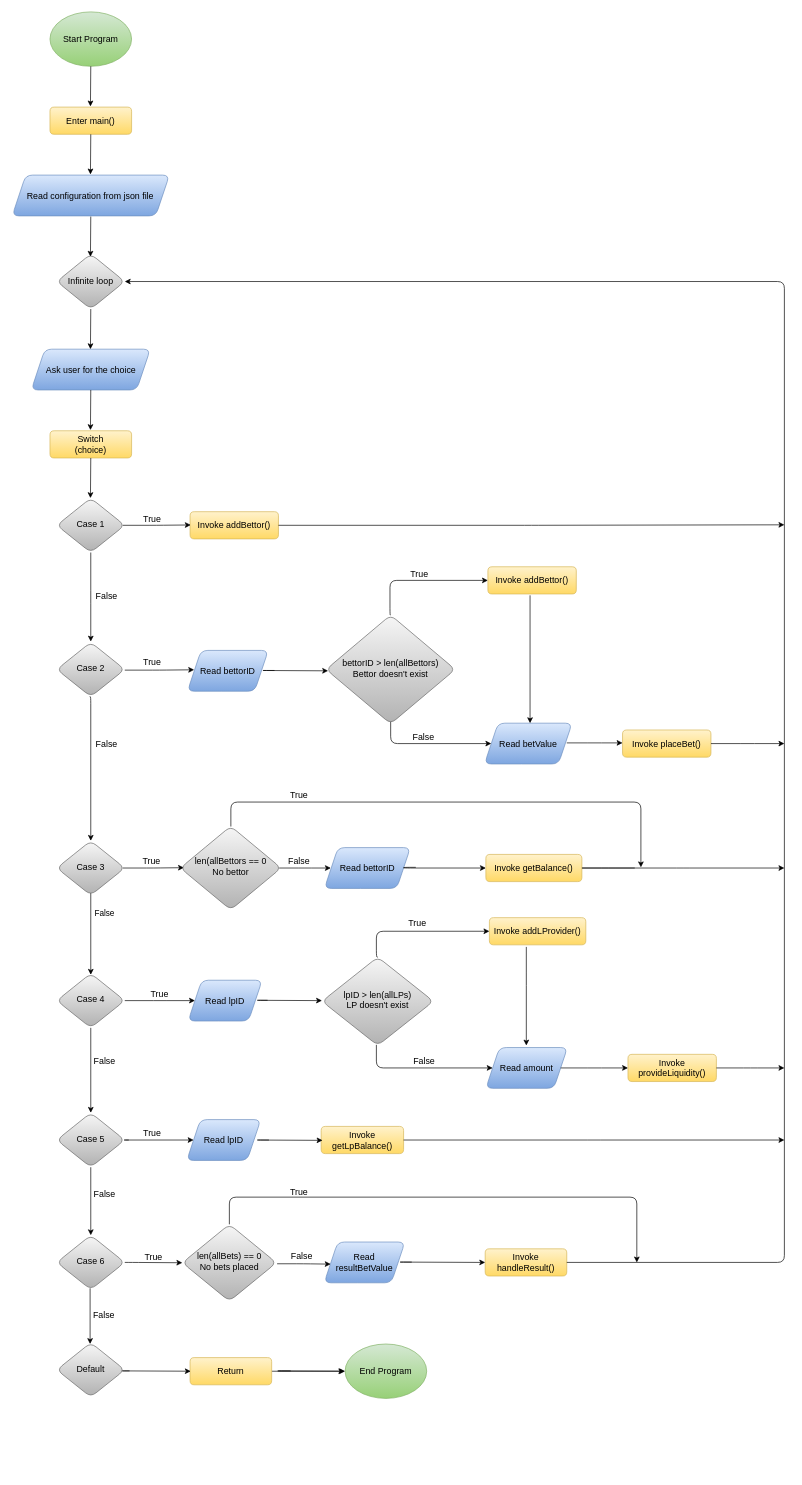
Earlier version of the draw.io diagram Untitled Diagram.drawio (Bhawana15/betting_contract). Source tidied: cells renumbered, new cells numbered last; positions are measured from the earlier drawing's top-left corner, leaving out a move shared by most shapes. Both pictures are drawn from the tidied source at 68%, with x=0, y=0 at pixel (12, 12).
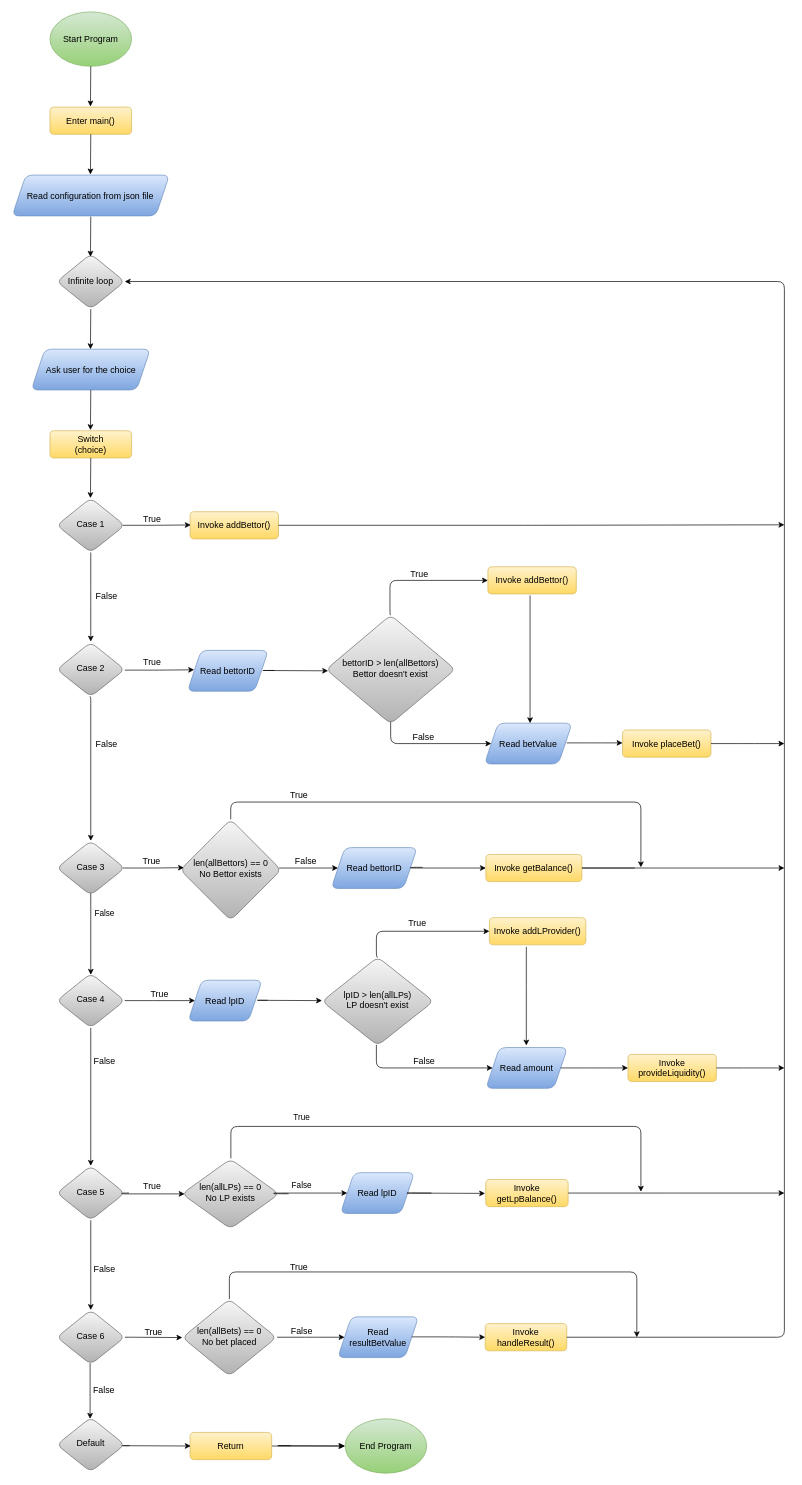
The same page after the edit.

Unchanged cells that the change refers to:
```xml
<mxCell id="82" value="&lt;font style=&quot;font-size: 13px&quot;&gt;Invoke getBalance()&lt;/font&gt;" style="whiteSpace=wrap;html=1;fontSize=12;glass=0;strokeWidth=1;shadow=0;fillColor=#fff2cc;strokeColor=#d6b656;gradientColor=#ffd966;rounded=1;" parent="1" vertex="1">
  <mxGeometry x="697" y="1239" width="141.2" height="40" as="geometry" />
</mxCell>
```

What changed in the source:
```diff
@@
     <mxCell id="9" value="&lt;font style=&quot;font-size: 13px&quot;&gt;Case 5&lt;/font&gt;" style="rhombus;whiteSpace=wrap;html=1;shadow=0;fontFamily=Helvetica;fontSize=12;align=center;strokeWidth=1;spacing=6;spacingTop=-4;fillColor=#f5f5f5;strokeColor=#666666;gradientColor=#b3b3b3;rounded=1;" parent="1" vertex="1">
-      <mxGeometry x="66" y="1619" width="100" height="80" as="geometry" />
+      <mxGeometry x="66" y="1697" width="100" height="80" as="geometry" />
     </mxCell>
     <mxCell id="10" value="&lt;font style=&quot;font-size: 13px&quot;&gt;Case 6&lt;/font&gt;" style="rhombus;whiteSpace=wrap;html=1;shadow=0;fontFamily=Helvetica;fontSize=12;align=center;strokeWidth=1;spacing=6;spacingTop=-4;fillColor=#f5f5f5;strokeColor=#666666;gradientColor=#b3b3b3;rounded=1;" parent="1" vertex="1">
-      <mxGeometry x="66" y="1799" width="100" height="80" as="geometry" />
+      <mxGeometry x="66" y="1909" width="100" height="80" as="geometry" />
     </mxCell>
@@
     <mxCell id="12" value="&lt;font style=&quot;font-size: 13px&quot;&gt;Invoke handleResult()&lt;/font&gt;" style="whiteSpace=wrap;html=1;fontSize=12;glass=0;strokeWidth=1;shadow=0;fillColor=#fff2cc;strokeColor=#d6b656;gradientColor=#ffd966;rounded=1;" parent="1" vertex="1">
-      <mxGeometry x="696" y="1819" width="120" height="40" as="geometry" />
+      <mxGeometry x="696" y="1929" width="120" height="40" as="geometry" />
     </mxCell>
     <mxCell id="13" value="&lt;font style=&quot;font-size: 13px&quot;&gt;Invoke getLpBalance()&lt;/font&gt;" style="whiteSpace=wrap;html=1;fontSize=12;glass=0;strokeWidth=1;shadow=0;fillColor=#fff2cc;strokeColor=#d6b656;gradientColor=#ffd966;rounded=1;" parent="1" vertex="1">
-      <mxGeometry x="454.8" y="1639" width="121.2" height="40" as="geometry" />
+      <mxGeometry x="696.8" y="1717" width="121.2" height="40" as="geometry" />
     </mxCell>
@@
     <mxCell id="17" value="&lt;font style=&quot;font-size: 13px&quot;&gt;End Program&lt;br&gt;&lt;/font&gt;" style="ellipse;whiteSpace=wrap;html=1;fillColor=#d5e8d4;strokeColor=#82b366;gradientColor=#97d077;rounded=1;" parent="1" vertex="1">
-      <mxGeometry x="490" y="1959" width="120" height="80" as="geometry" />
+      <mxGeometry x="490" y="2069" width="120" height="80" as="geometry" />
     </mxCell>
@@
     <mxCell id="24" value="&lt;font style=&quot;font-size: 13px&quot;&gt;Read bettorID&lt;/font&gt;" style="shape=parallelogram;perimeter=parallelogramPerimeter;whiteSpace=wrap;html=1;fixedSize=1;rounded=1;glass=0;strokeColor=#6c8ebf;gradientColor=#7ea6e0;fillColor=#dae8fc;" parent="1" vertex="1">
-      <mxGeometry x="459.6" y="1229" width="126.4" height="60" as="geometry" />
+      <mxGeometry x="469.6" y="1229" width="126.4" height="60" as="geometry" />
     </mxCell>
     <mxCell id="25" value="&lt;font style=&quot;font-size: 13px&quot;&gt;Read lpID&lt;/font&gt;" style="shape=parallelogram;perimeter=parallelogramPerimeter;whiteSpace=wrap;html=1;fixedSize=1;rounded=1;glass=0;strokeColor=#6c8ebf;gradientColor=#7ea6e0;fillColor=#dae8fc;" parent="1" vertex="1">
-      <mxGeometry x="257.2" y="1629" width="108.8" height="60" as="geometry" />
+      <mxGeometry x="483.2" y="1707" width="108.8" height="60" as="geometry" />
     </mxCell>
@@
     <mxCell id="28" value="&lt;font style=&quot;font-size: 13px&quot;&gt;Read resultBetValue&lt;/font&gt;" style="shape=parallelogram;perimeter=parallelogramPerimeter;whiteSpace=wrap;html=1;fixedSize=1;rounded=1;glass=0;strokeColor=#6c8ebf;gradientColor=#7ea6e0;fillColor=#dae8fc;" parent="1" vertex="1">
-      <mxGeometry x="459.2" y="1809" width="118.8" height="60" as="geometry" />
+      <mxGeometry x="479.2" y="1919" width="118.8" height="60" as="geometry" />
     </mxCell>
     <mxCell id="29" style="edgeStyle=elbowEdgeStyle;elbow=horizontal;endArrow=classic;html=1;exitX=1;exitY=0.5;exitDx=0;exitDy=0;" parent="1" edge="1" source="13">
       <mxGeometry relative="1" as="geometry">
-        <mxPoint x="1136" y="1659" as="targetPoint" />
+        <mxPoint x="1136" y="1737" as="targetPoint" />
       </mxGeometry>
     </mxCell>
@@
     <mxCell id="37" style="edgeStyle=elbowEdgeStyle;elbow=horizontal;endArrow=classic;html=1;entryX=0;entryY=0.5;entryDx=0;entryDy=0;" parent="1" edge="1" target="82">
       <mxGeometry relative="1" as="geometry">
-        <mxPoint x="594" y="1258" as="sourcePoint" />
+        <mxPoint x="604" y="1258" as="sourcePoint" />
         <Array as="points">
-          <mxPoint x="576" y="1259" />
+          <mxPoint x="586" y="1259" />
         </Array>
       </mxGeometry>
     </mxCell>
@@
     <mxCell id="40" style="edgeStyle=elbowEdgeStyle;elbow=horizontal;endArrow=classic;html=1;entryX=0;entryY=0.5;entryDx=0;entryDy=0;" parent="1" edge="1">
       <mxGeometry relative="1" as="geometry">
-        <mxPoint x="378" y="1659" as="sourcePoint" />
-        <mxPoint x="456.8" y="1659.5" as="targetPoint" />
+        <mxPoint x="617" y="1737" as="sourcePoint" />
+        <mxPoint x="695.8" y="1737.5" as="targetPoint" />
         <Array as="points">
-          <mxPoint x="356" y="1660" />
+          <mxPoint x="576" y="1738" />
         </Array>
       </mxGeometry>
     </mxCell>
     <mxCell id="41" style="edgeStyle=elbowEdgeStyle;elbow=horizontal;endArrow=classic;html=1;" parent="1" edge="1" target="12">
       <mxGeometry relative="1" as="geometry">
-        <mxPoint x="588" y="1838.5" as="sourcePoint" />
-        <Array as="points">
-          <mxPoint x="566" y="1839" />
-        </Array>
+        <mxPoint x="588" y="1948.5" as="sourcePoint" />
       </mxGeometry>
     </mxCell>
     <mxCell id="42" style="edgeStyle=elbowEdgeStyle;elbow=horizontal;endArrow=classic;html=1;entryX=0;entryY=0.5;entryDx=0;entryDy=0;" parent="1" edge="1" target="96">
       <mxGeometry relative="1" as="geometry">
-        <mxPoint x="166" y="1839" as="sourcePoint" />
+        <mxPoint x="166" y="1949" as="sourcePoint" />
         <Array as="points">
-          <mxPoint x="176" y="1839" />
+          <mxPoint x="176" y="1949" />
         </Array>
       </mxGeometry>
     </mxCell>
     <mxCell id="43" value="&lt;span style=&quot;font-size: 13px&quot;&gt;True&lt;/span&gt;" style="text;html=1;align=center;verticalAlign=middle;strokeColor=none;" parent="1" vertex="1">
-      <mxGeometry x="188" y="1821" width="40" height="20" as="geometry" />
+      <mxGeometry x="188" y="1931" width="40" height="20" as="geometry" />
     </mxCell>
-    <mxCell id="44" style="edgeStyle=elbowEdgeStyle;elbow=horizontal;endArrow=classic;html=1;entryX=0;entryY=0.5;entryDx=0;entryDy=0;" parent="1" edge="1" target="25">
+    <mxCell id="44" style="edgeStyle=elbowEdgeStyle;elbow=horizontal;endArrow=classic;html=1;entryX=0;entryY=0.5;entryDx=0;entryDy=0;" parent="1" edge="1">
       <mxGeometry relative="1" as="geometry">
-        <mxPoint x="172" y="1659" as="sourcePoint" />
+        <mxPoint x="172.2" y="1737" as="sourcePoint" />
+        <mxPoint x="254" y="1738.2" as="targetPoint" />
         <Array as="points">
-          <mxPoint x="161.6" y="1658" />
+          <mxPoint x="161.8" y="1736" />
         </Array>
       </mxGeometry>
     </mxCell>
     <mxCell id="45" value="&lt;font style=&quot;font-size: 13px&quot;&gt;True&lt;/font&gt;" style="text;html=1;align=center;verticalAlign=middle;strokeColor=none;" parent="1" vertex="1">
-      <mxGeometry x="186" y="1639" width="40" height="20" as="geometry" />
+      <mxGeometry x="186" y="1717" width="40" height="20" as="geometry" />
     </mxCell>
@@
     <mxCell id="62" value="&lt;font style=&quot;font-size: 13px&quot;&gt;False&lt;/font&gt;" style="text;html=1;align=center;verticalAlign=middle;strokeColor=none;" parent="1" vertex="1">
-      <mxGeometry x="111" y="1729" width="50" height="20" as="geometry" />
+      <mxGeometry x="111" y="1839" width="50" height="20" as="geometry" />
     </mxCell>
     <mxCell id="63" value="&lt;font style=&quot;font-size: 13px&quot;&gt;False&lt;/font&gt;" style="text;html=1;align=center;verticalAlign=middle;strokeColor=none;" parent="1" vertex="1">
-      <mxGeometry x="110" y="1906" width="50" height="20" as="geometry" />
+      <mxGeometry x="110" y="2016" width="50" height="20" as="geometry" />
     </mxCell>
     <mxCell id="64" style="edgeStyle=segmentEdgeStyle;endArrow=classic;html=1;" parent="1" edge="1">
       <mxGeometry relative="1" as="geometry">
-        <mxPoint x="115" y="1877" as="sourcePoint" />
-        <mxPoint x="115" y="1959" as="targetPoint" />
+        <mxPoint x="115" y="1987" as="sourcePoint" />
+        <mxPoint x="115" y="2069" as="targetPoint" />
       </mxGeometry>
     </mxCell>
     <mxCell id="65" value="&lt;span style=&quot;font-size: 13px&quot;&gt;Default&lt;/span&gt;" style="rhombus;whiteSpace=wrap;html=1;shadow=0;fontFamily=Helvetica;fontSize=12;align=center;strokeWidth=1;spacing=6;spacingTop=-4;fillColor=#f5f5f5;strokeColor=#666666;gradientColor=#b3b3b3;rounded=1;" parent="1" vertex="1">
-      <mxGeometry x="66" y="1957" width="100" height="80" as="geometry" />
+      <mxGeometry x="66" y="2067" width="100" height="80" as="geometry" />
     </mxCell>
@@
     <mxCell id="67" value="&lt;font style=&quot;font-size: 13px&quot;&gt;Return&lt;/font&gt;" style="whiteSpace=wrap;html=1;fontSize=12;glass=0;strokeWidth=1;shadow=0;fillColor=#fff2cc;strokeColor=#d6b656;gradientColor=#ffd966;rounded=1;" parent="1" vertex="1">
-      <mxGeometry x="262" y="1979" width="120" height="40" as="geometry" />
+      <mxGeometry x="262" y="2089" width="120" height="40" as="geometry" />
     </mxCell>
     <mxCell id="68" style="edgeStyle=elbowEdgeStyle;elbow=horizontal;endArrow=classic;html=1;" parent="1" edge="1">
       <mxGeometry relative="1" as="geometry">
-        <mxPoint x="173" y="1998.5" as="sourcePoint" />
-        <mxPoint x="263" y="1999" as="targetPoint" />
+        <mxPoint x="173" y="2108.5" as="sourcePoint" />
+        <mxPoint x="263" y="2109" as="targetPoint" />
         <Array as="points">
-          <mxPoint x="158" y="1999" />
+          <mxPoint x="158" y="2109" />
         </Array>
       </mxGeometry>
     </mxCell>
     <mxCell id="69" style="edgeStyle=elbowEdgeStyle;elbow=horizontal;endArrow=classic;html=1;entryX=0;entryY=0.5;entryDx=0;entryDy=0;" parent="1" edge="1">
       <mxGeometry relative="1" as="geometry">
-        <mxPoint x="410" y="1998.5" as="sourcePoint" />
-        <mxPoint x="488.8" y="1999" as="targetPoint" />
+        <mxPoint x="410" y="2108.5" as="sourcePoint" />
+        <mxPoint x="488.8" y="2109" as="targetPoint" />
         <Array as="points">
-          <mxPoint x="386" y="1999" />
+          <mxPoint x="386" y="2109" />
         </Array>
       </mxGeometry>
     </mxCell>
@@
-    <mxCell id="84" value="&lt;font style=&quot;font-size: 13px&quot;&gt;len(allBettors == 0&lt;br&gt;No bettor&lt;br&gt;&lt;/font&gt;" style="rhombus;whiteSpace=wrap;html=1;shadow=0;fontFamily=Helvetica;fontSize=12;align=center;strokeWidth=1;spacing=6;spacingTop=-4;fillColor=#f5f5f5;strokeColor=#666666;gradientColor=#b3b3b3;rounded=1;" parent="1" vertex="1">
-      <mxGeometry x="247.6" y="1197.5" width="148.4" height="123" as="geometry" />
+    <mxCell id="84" value="&lt;font style=&quot;font-size: 13px&quot;&gt;len(allBettors) == 0&lt;br&gt;No Bettor exists&lt;br&gt;&lt;/font&gt;" style="rhombus;whiteSpace=wrap;html=1;shadow=0;fontFamily=Helvetica;fontSize=12;align=center;strokeWidth=1;spacing=6;spacingTop=-4;fillColor=#f5f5f5;strokeColor=#666666;gradientColor=#b3b3b3;rounded=1;" parent="1" vertex="1">
+      <mxGeometry x="247.6" y="1187.5" width="148.4" height="148.5" as="geometry" />
     </mxCell>
     <mxCell id="85" value="&lt;font style=&quot;font-size: 13px&quot;&gt;False&lt;/font&gt;" style="text;html=1;align=center;verticalAlign=middle;strokeColor=none;" parent="1" vertex="1">
-      <mxGeometry x="397" y="1239" width="50" height="20" as="geometry" />
+      <mxGeometry x="407" y="1239" width="50" height="20" as="geometry" />
     </mxCell>
@@
-    <mxCell id="87" style="edgeStyle=elbowEdgeStyle;elbow=horizontal;endArrow=classic;html=1;startArrow=none;" parent="1" edge="1">
+    <mxCell id="87" style="edgeStyle=elbowEdgeStyle;elbow=horizontal;endArrow=classic;html=1;startArrow=none;" parent="1" edge="1" target="24">
       <mxGeometry relative="1" as="geometry">
         <mxPoint x="393" y="1259" as="sourcePoint" />
-        <mxPoint x="469" y="1259" as="targetPoint" />
       </mxGeometry>
     </mxCell>
-    <mxCell id="88" style="edgeStyle=elbowEdgeStyle;elbow=vertical;endArrow=classic;html=1;" parent="1" edge="1">
+    <mxCell id="88" style="edgeStyle=elbowEdgeStyle;elbow=vertical;endArrow=classic;html=1;exitX=0.5;exitY=0;exitDx=0;exitDy=0;" parent="1" edge="1" source="84">
       <mxGeometry relative="1" as="geometry">
-        <mxPoint x="322" y="1198" as="sourcePoint" />
         <mxPoint x="925" y="1258" as="targetPoint" />
         <Array as="points">
           <mxPoint x="1036" y="1162" />
         </Array>
       </mxGeometry>
     </mxCell>
@@
-    <mxCell id="96" value="&lt;font style=&quot;font-size: 13px&quot;&gt;len(allBets) == 0&lt;br&gt;No bets placed&lt;br&gt;&lt;/font&gt;" style="rhombus;whiteSpace=wrap;html=1;shadow=0;fontFamily=Helvetica;fontSize=12;align=center;strokeWidth=1;spacing=6;spacingTop=-4;fillColor=#f5f5f5;strokeColor=#666666;gradientColor=#b3b3b3;rounded=1;" parent="1" vertex="1">
-      <mxGeometry x="250.6" y="1783" width="138.4" height="113" as="geometry" />
+    <mxCell id="96" value="&lt;font style=&quot;font-size: 13px&quot;&gt;len(allBets) == 0&lt;br&gt;No bet placed&lt;br&gt;&lt;/font&gt;" style="rhombus;whiteSpace=wrap;html=1;shadow=0;fontFamily=Helvetica;fontSize=12;align=center;strokeWidth=1;spacing=6;spacingTop=-4;fillColor=#f5f5f5;strokeColor=#666666;gradientColor=#b3b3b3;rounded=1;" parent="1" vertex="1">
+      <mxGeometry x="250.6" y="1893" width="138.4" height="113" as="geometry" />
     </mxCell>
-    <mxCell id="97" style="edgeStyle=elbowEdgeStyle;elbow=horizontal;endArrow=classic;html=1;entryX=0;entryY=0.5;entryDx=0;entryDy=0;" parent="1" edge="1">
+    <mxCell id="97" style="edgeStyle=elbowEdgeStyle;elbow=horizontal;endArrow=classic;html=1;entryX=0;entryY=0.5;entryDx=0;entryDy=0;" parent="1" edge="1" target="28">
       <mxGeometry relative="1" as="geometry">
-        <mxPoint x="390" y="1841" as="sourcePoint" />
-        <mxPoint x="468.8" y="1841.5" as="targetPoint" />
+        <mxPoint x="390" y="1949" as="sourcePoint" />
       </mxGeometry>
     </mxCell>
     <mxCell id="98" value="&lt;font style=&quot;font-size: 13px&quot;&gt;False&lt;/font&gt;" style="text;html=1;align=center;verticalAlign=middle;strokeColor=none;" parent="1" vertex="1">
-      <mxGeometry x="401" y="1820" width="50" height="20" as="geometry" />
+      <mxGeometry x="401" y="1930" width="50" height="20" as="geometry" />
     </mxCell>
     <mxCell id="99" style="edgeStyle=elbowEdgeStyle;elbow=vertical;endArrow=classic;html=1;exitX=0.5;exitY=0;exitDx=0;exitDy=0;" parent="1" edge="1" source="96">
       <mxGeometry relative="1" as="geometry">
-        <mxPoint x="919" y="1839" as="targetPoint" />
+        <mxPoint x="919" y="1949" as="targetPoint" />
         <Array as="points">
-          <mxPoint x="1030" y="1743" />
+          <mxPoint x="1030" y="1853" />
         </Array>
       </mxGeometry>
     </mxCell>
     <mxCell id="100" value="&lt;font style=&quot;font-size: 13px&quot;&gt;True&lt;/font&gt;" style="text;html=1;align=center;verticalAlign=middle;strokeColor=none;" parent="1" vertex="1">
-      <mxGeometry x="402" y="1726" width="40" height="20" as="geometry" />
+      <mxGeometry x="402" y="1836" width="40" height="20" as="geometry" />
     </mxCell>
+    <mxCell id="101" value="&lt;font style=&quot;font-size: 13px&quot;&gt;len(allLPs) == 0&lt;br&gt;No LP exists&lt;br&gt;&lt;/font&gt;" style="rhombus;whiteSpace=wrap;html=1;shadow=0;fontFamily=Helvetica;fontSize=12;align=center;strokeWidth=1;spacing=6;spacingTop=-4;fillColor=#f5f5f5;strokeColor=#666666;gradientColor=#b3b3b3;rounded=1;" parent="1" vertex="1">
+      <mxGeometry x="250" y="1687" width="143" height="102.5" as="geometry" />
+    </mxCell>
+    <mxCell id="102" style="edgeStyle=elbowEdgeStyle;elbow=horizontal;endArrow=classic;html=1;entryX=0;entryY=0.5;entryDx=0;entryDy=0;" parent="1" edge="1" target="25">
+      <mxGeometry relative="1" as="geometry">
+        <mxPoint x="407" y="1738" as="sourcePoint" />
+        <Array as="points">
+          <mxPoint x="385" y="1739" />
+        </Array>
+      </mxGeometry>
+    </mxCell>
+    <mxCell id="103" style="edgeStyle=elbowEdgeStyle;elbow=vertical;endArrow=classic;html=1;" parent="1" edge="1">
+      <mxGeometry relative="1" as="geometry">
+        <mxPoint x="322" y="1686" as="sourcePoint" />
+        <mxPoint x="925" y="1735" as="targetPoint" />
+        <Array as="points">
+          <mxPoint x="1036" y="1639" />
+        </Array>
+      </mxGeometry>
+    </mxCell>
+    <mxCell id="104" value="True" style="text;html=1;align=center;verticalAlign=middle;strokeColor=none;" parent="1" vertex="1">
+      <mxGeometry x="406" y="1616" width="40" height="20" as="geometry" />
+    </mxCell>
+    <mxCell id="105" value="False" style="text;html=1;align=center;verticalAlign=middle;strokeColor=none;" parent="1" vertex="1">
+      <mxGeometry x="406" y="1716" width="40" height="20" as="geometry" />
+    </mxCell>
```
